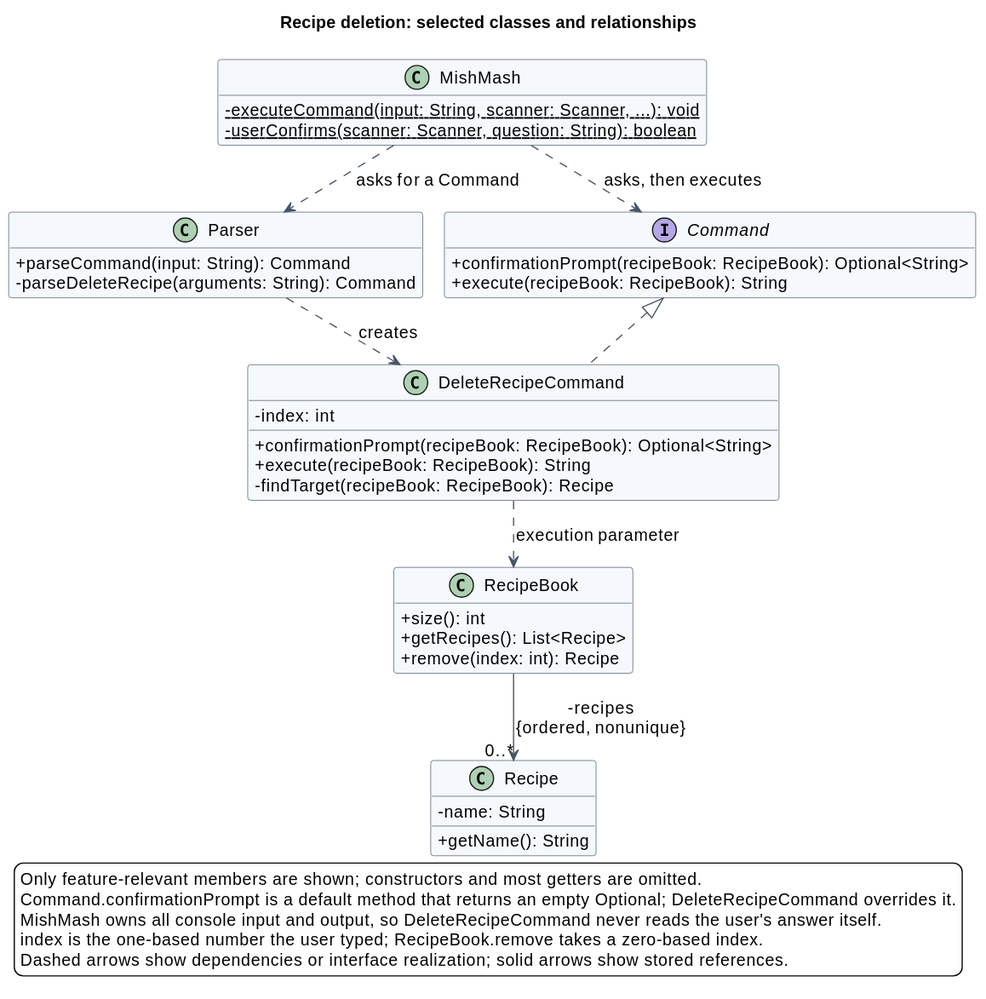
Earlier version of the PlantUML export docs/images/delete-recipe/classes.svg (AY2627S1-CS2113-W13-4/tp).
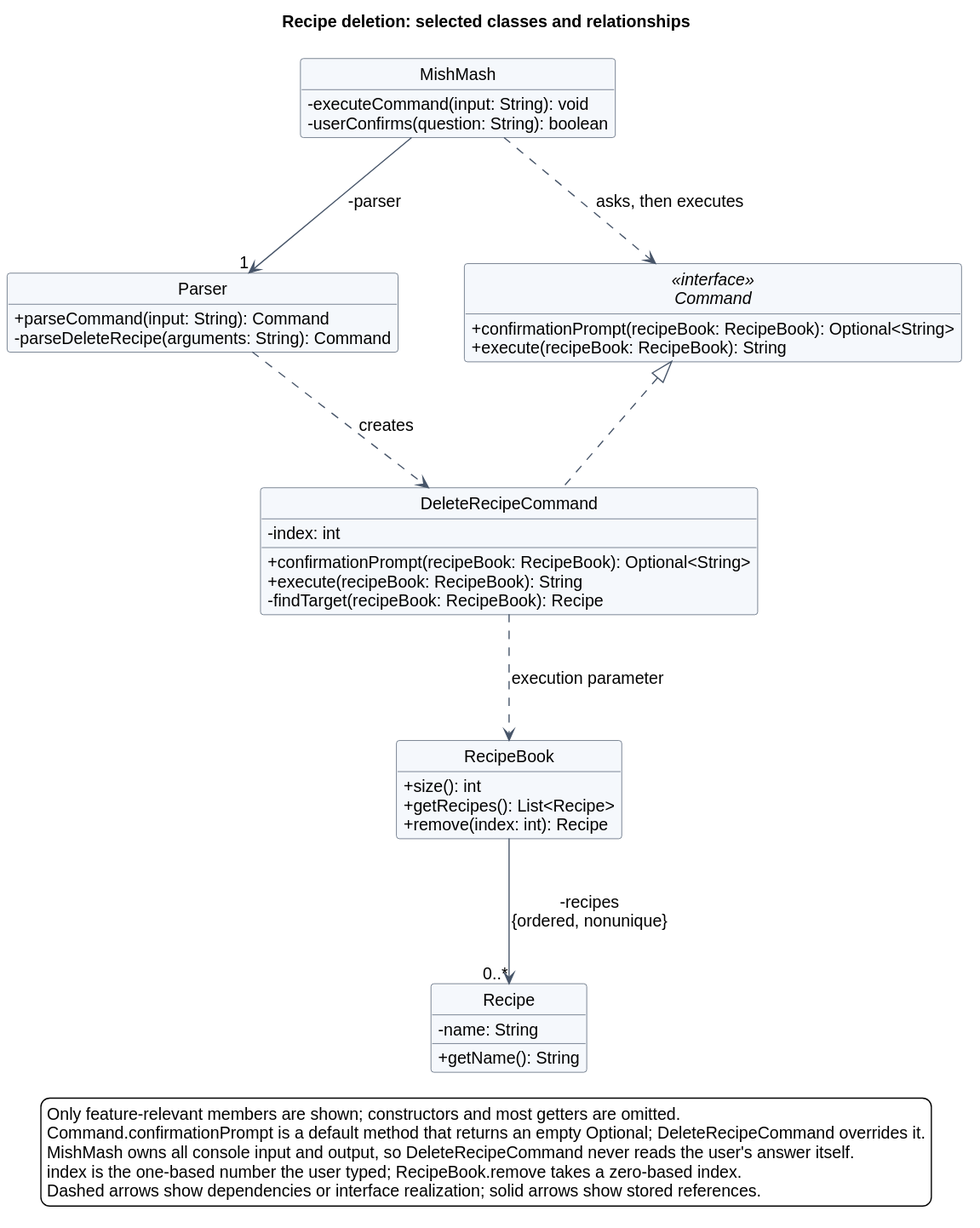
Later version of the same file.

Change to the diagram source:
```diff
@@ -9,14 +9,14 @@
 hide empty members
 
 class MishMash {
-  - {static} executeCommand(input: String, scanner: Scanner, ...): void
-  - {static} userConfirms(scanner: Scanner, question: String): boolean
+  - executeCommand(input: String): void
+  - userConfirms(question: String): boolean
 }
 class Parser {
   + parseCommand(input: String): Command
   - parseDeleteRecipe(arguments: String): Command
 }
-interface Command {
+interface Command <<interface>> {
   + confirmationPrompt(recipeBook: RecipeBook): Optional<String>
   + execute(recipeBook: RecipeBook): String
 }
@@ -36,7 +36,7 @@
   + getName(): String
 }
 
-MishMash ..> Parser : asks for a Command
+MishMash --> "1" Parser : -parser
 MishMash ..> Command : asks, then executes
 Parser ..> DeleteRecipeCommand : creates
 DeleteRecipeCommand .up.|> Command
```
